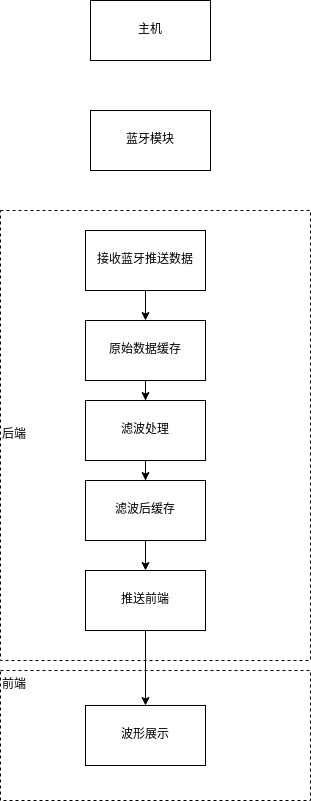
Before: 图片/概念设计-数据流程图.png, a diagram exported from draw.io (yz360307/draw). Source tidied: cells renumbered, new cells last; positions are measured from the earlier drawing's top-left corner, leaving out a move shared by most shapes. Source of this version:
```xml
<mxGraphModel>
  <root>
    <mxCell id="0" />
    <mxCell id="1" parent="0" />
    <mxCell id="2" value="&lt;div align=&quot;left&quot;&gt;前端&lt;/div&gt;&lt;div align=&quot;left&quot;&gt;&lt;br&gt;&lt;/div&gt;&lt;div align=&quot;left&quot;&gt;&lt;br&gt;&lt;/div&gt;&lt;div align=&quot;left&quot;&gt;&lt;br&gt;&lt;/div&gt;&lt;div align=&quot;left&quot;&gt;&lt;br&gt;&lt;/div&gt;&lt;div align=&quot;left&quot;&gt;&lt;br&gt;&lt;/div&gt;&lt;div align=&quot;left&quot;&gt;&lt;br&gt;&lt;/div&gt;&lt;div align=&quot;left&quot;&gt;&lt;br&gt;&lt;/div&gt;" style="rounded=0;whiteSpace=wrap;html=1;align=left;dashed=1;" parent="1" vertex="1">
      <mxGeometry y="670" width="310" height="130" as="geometry" />
    </mxCell>
    <mxCell id="3" value="&lt;div align=&quot;left&quot;&gt;后端&lt;br&gt;&lt;/div&gt;" style="rounded=0;whiteSpace=wrap;html=1;dashed=1;align=left;" parent="1" vertex="1">
      <mxGeometry y="210" width="310" height="450" as="geometry" />
    </mxCell>
    <mxCell id="4" value="主机" style="rounded=0;whiteSpace=wrap;html=1;" parent="1" vertex="1">
      <mxGeometry x="90" width="120" height="60" as="geometry" />
    </mxCell>
    <mxCell id="5" value="蓝牙模块" style="rounded=0;whiteSpace=wrap;html=1;" parent="1" vertex="1">
      <mxGeometry x="90" y="110" width="120" height="60" as="geometry" />
    </mxCell>
    <mxCell id="6" style="edgeStyle=orthogonalEdgeStyle;rounded=0;jettySize=auto;html=1;" parent="1" edge="1" source="7" target="9">
      <mxGeometry relative="1" as="geometry" />
    </mxCell>
    <mxCell id="7" value="接收蓝牙推送数据" style="rounded=0;whiteSpace=wrap;html=1;" parent="1" vertex="1">
      <mxGeometry x="85" y="230" width="120" height="60" as="geometry" />
    </mxCell>
    <mxCell id="8" style="edgeStyle=orthogonalEdgeStyle;rounded=0;jettySize=auto;html=1;" parent="1" edge="1" source="9" target="11">
      <mxGeometry relative="1" as="geometry" />
    </mxCell>
    <mxCell id="9" value="原始数据缓存" style="whiteSpace=wrap;html=1;rounded=0;" parent="1" vertex="1">
      <mxGeometry x="85" y="320" width="120" height="60" as="geometry" />
    </mxCell>
    <mxCell id="10" style="edgeStyle=orthogonalEdgeStyle;rounded=0;jettySize=auto;html=1;" parent="1" edge="1" source="11" target="13">
      <mxGeometry relative="1" as="geometry" />
    </mxCell>
    <mxCell id="11" value="滤波处理" style="whiteSpace=wrap;html=1;rounded=0;" parent="1" vertex="1">
      <mxGeometry x="85" y="400" width="120" height="60" as="geometry" />
    </mxCell>
    <mxCell id="12" style="edgeStyle=orthogonalEdgeStyle;rounded=0;jettySize=auto;html=1;" parent="1" edge="1" source="13" target="15">
      <mxGeometry relative="1" as="geometry" />
    </mxCell>
    <mxCell id="13" value="滤波后缓存" style="whiteSpace=wrap;html=1;rounded=0;" parent="1" vertex="1">
      <mxGeometry x="85" y="480" width="120" height="60" as="geometry" />
    </mxCell>
    <mxCell id="14" style="edgeStyle=orthogonalEdgeStyle;rounded=0;jettySize=auto;html=1;exitX=0.5;exitY=1;exitDx=0;exitDy=0;entryX=0.5;entryY=0;entryDx=0;entryDy=0;" parent="1" edge="1" source="15" target="16">
      <mxGeometry relative="1" as="geometry" />
    </mxCell>
    <mxCell id="15" value="推送前端" style="whiteSpace=wrap;html=1;rounded=0;" parent="1" vertex="1">
      <mxGeometry x="85" y="570" width="120" height="60" as="geometry" />
    </mxCell>
    <mxCell id="16" value="波形展示" style="rounded=0;whiteSpace=wrap;html=1;" parent="1" vertex="1">
      <mxGeometry x="85" y="705" width="120" height="60" as="geometry" />
    </mxCell>
  </root>
</mxGraphModel>
```
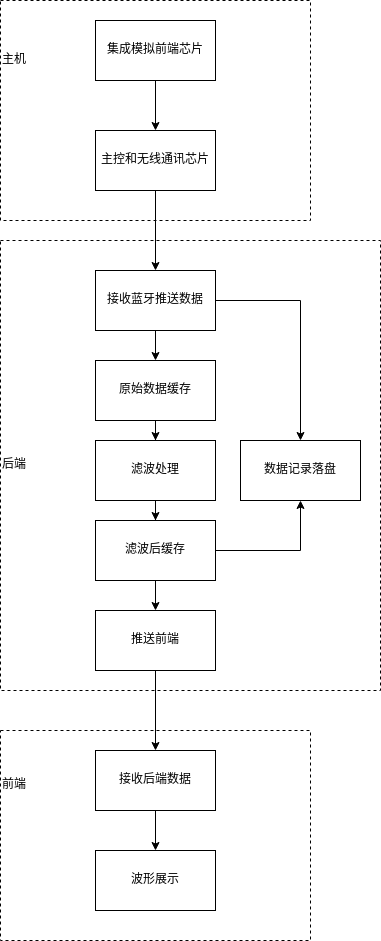
Later version of the same file.

What changed in the source:
```diff
@@ -3,20 +3,17 @@
     <mxCell id="0" />
     <mxCell id="1" parent="0" />
     <mxCell id="2" value="&lt;div align=&quot;left&quot;&gt;前端&lt;/div&gt;&lt;div align=&quot;left&quot;&gt;&lt;br&gt;&lt;/div&gt;&lt;div align=&quot;left&quot;&gt;&lt;br&gt;&lt;/div&gt;&lt;div align=&quot;left&quot;&gt;&lt;br&gt;&lt;/div&gt;&lt;div align=&quot;left&quot;&gt;&lt;br&gt;&lt;/div&gt;&lt;div align=&quot;left&quot;&gt;&lt;br&gt;&lt;/div&gt;&lt;div align=&quot;left&quot;&gt;&lt;br&gt;&lt;/div&gt;&lt;div align=&quot;left&quot;&gt;&lt;br&gt;&lt;/div&gt;" style="rounded=0;whiteSpace=wrap;html=1;align=left;dashed=1;" parent="1" vertex="1">
-      <mxGeometry y="670" width="310" height="130" as="geometry" />
+      <mxGeometry x="-10" y="690" width="310" height="210" as="geometry" />
     </mxCell>
     <mxCell id="3" value="&lt;div align=&quot;left&quot;&gt;后端&lt;br&gt;&lt;/div&gt;" style="rounded=0;whiteSpace=wrap;html=1;dashed=1;align=left;" parent="1" vertex="1">
-      <mxGeometry y="210" width="310" height="450" as="geometry" />
+      <mxGeometry x="-10" y="200" width="380" height="450" as="geometry" />
     </mxCell>
-    <mxCell id="4" value="主机" style="rounded=0;whiteSpace=wrap;html=1;" parent="1" vertex="1">
-      <mxGeometry x="90" width="120" height="60" as="geometry" />
-    </mxCell>
-    <mxCell id="5" value="蓝牙模块" style="rounded=0;whiteSpace=wrap;html=1;" parent="1" vertex="1">
-      <mxGeometry x="90" y="110" width="120" height="60" as="geometry" />
-    </mxCell>
     <mxCell id="6" style="edgeStyle=orthogonalEdgeStyle;rounded=0;jettySize=auto;html=1;" parent="1" edge="1" source="7" target="9">
       <mxGeometry relative="1" as="geometry" />
     </mxCell>
+    <mxCell id="17" style="edgeStyle=orthogonalEdgeStyle;rounded=0;jettySize=auto;html=1;" parent="1" edge="1" source="7" target="25">
+      <mxGeometry relative="1" as="geometry" />
+    </mxCell>
     <mxCell id="7" value="接收蓝牙推送数据" style="rounded=0;whiteSpace=wrap;html=1;" parent="1" vertex="1">
       <mxGeometry x="85" y="230" width="120" height="60" as="geometry" />
     </mxCell>
@@ -35,17 +32,44 @@
     <mxCell id="12" style="edgeStyle=orthogonalEdgeStyle;rounded=0;jettySize=auto;html=1;" parent="1" edge="1" source="13" target="15">
       <mxGeometry relative="1" as="geometry" />
     </mxCell>
+    <mxCell id="18" style="edgeStyle=orthogonalEdgeStyle;rounded=0;jettySize=auto;html=1;entryX=0.5;entryY=1;entryDx=0;entryDy=0;" parent="1" edge="1" source="13" target="25">
+      <mxGeometry relative="1" as="geometry" />
+    </mxCell>
     <mxCell id="13" value="滤波后缓存" style="whiteSpace=wrap;html=1;rounded=0;" parent="1" vertex="1">
       <mxGeometry x="85" y="480" width="120" height="60" as="geometry" />
     </mxCell>
-    <mxCell id="14" style="edgeStyle=orthogonalEdgeStyle;rounded=0;jettySize=auto;html=1;exitX=0.5;exitY=1;exitDx=0;exitDy=0;entryX=0.5;entryY=0;entryDx=0;entryDy=0;" parent="1" edge="1" source="15" target="16">
+    <mxCell id="14" style="edgeStyle=orthogonalEdgeStyle;rounded=0;jettySize=auto;html=1;exitX=0.5;exitY=1;exitDx=0;exitDy=0;" parent="1" edge="1" source="15" target="16">
       <mxGeometry relative="1" as="geometry" />
     </mxCell>
     <mxCell id="15" value="推送前端" style="whiteSpace=wrap;html=1;rounded=0;" parent="1" vertex="1">
       <mxGeometry x="85" y="570" width="120" height="60" as="geometry" />
     </mxCell>
+    <mxCell id="19" style="edgeStyle=orthogonalEdgeStyle;rounded=0;jettySize=auto;html=1;exitX=0.5;exitY=1;exitDx=0;exitDy=0;" parent="1" edge="1" source="16" target="24">
+      <mxGeometry relative="1" as="geometry" />
+    </mxCell>
-    <mxCell id="16" value="波形展示" style="rounded=0;whiteSpace=wrap;html=1;" parent="1" vertex="1">
-      <mxGeometry x="85" y="705" width="120" height="60" as="geometry" />
+    <mxCell id="16" value="接收后端数据" style="rounded=0;whiteSpace=wrap;html=1;" parent="1" vertex="1">
+      <mxGeometry x="85" y="710" width="120" height="60" as="geometry" />
     </mxCell>
+    <mxCell id="4" value="&lt;div align=&quot;left&quot;&gt;主机&lt;/div&gt;&lt;div align=&quot;left&quot;&gt;&lt;br&gt;&lt;/div&gt;&lt;div align=&quot;left&quot;&gt;&lt;br&gt;&lt;/div&gt;&lt;div align=&quot;left&quot;&gt;&lt;br&gt;&lt;/div&gt;&lt;div align=&quot;left&quot;&gt;&lt;br&gt;&lt;/div&gt;&lt;div align=&quot;left&quot;&gt;&lt;br&gt;&lt;/div&gt;&lt;div align=&quot;left&quot;&gt;&lt;br&gt;&lt;/div&gt;&lt;div align=&quot;left&quot;&gt;&lt;br&gt;&lt;/div&gt;" style="rounded=0;whiteSpace=wrap;html=1;align=left;dashed=1;" parent="1" vertex="1">
+      <mxGeometry x="-10" y="-40" width="310" height="220" as="geometry" />
+    </mxCell>
+    <mxCell id="20" style="edgeStyle=orthogonalEdgeStyle;rounded=0;jettySize=auto;html=1;" parent="1" edge="1" source="21" target="23">
+      <mxGeometry relative="1" as="geometry" />
+    </mxCell>
+    <mxCell id="21" value="集成模拟前端芯片" style="rounded=0;whiteSpace=wrap;html=1;" parent="1" vertex="1">
+      <mxGeometry x="85" y="-20" width="120" height="60" as="geometry" />
+    </mxCell>
+    <mxCell id="22" style="edgeStyle=orthogonalEdgeStyle;rounded=0;jettySize=auto;html=1;" parent="1" edge="1" source="23" target="7">
+      <mxGeometry relative="1" as="geometry" />
+    </mxCell>
+    <mxCell id="23" value="主控和无线通讯芯片" style="rounded=0;whiteSpace=wrap;html=1;" parent="1" vertex="1">
+      <mxGeometry x="85" y="90" width="120" height="60" as="geometry" />
+    </mxCell>
+    <mxCell id="24" value="波形展示" style="rounded=0;whiteSpace=wrap;html=1;" parent="1" vertex="1">
+      <mxGeometry x="85" y="810" width="120" height="60" as="geometry" />
+    </mxCell>
+    <mxCell id="25" value="数据记录落盘" style="whiteSpace=wrap;html=1;rounded=0;" parent="1" vertex="1">
+      <mxGeometry x="230" y="400" width="120" height="60" as="geometry" />
+    </mxCell>
   </root>
 </mxGraphModel>
```
